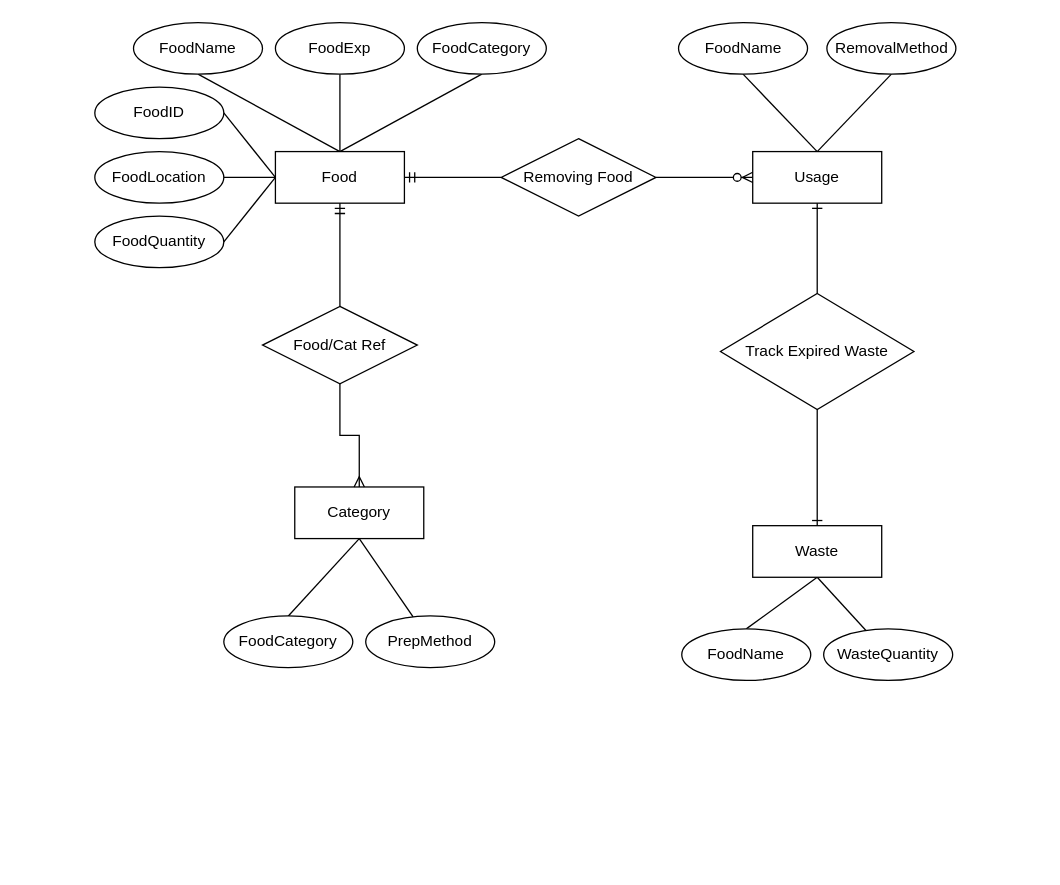
Above: Design/Food App ERD.drawio in jobilo/CSC3220_Food_Waste_Tracker (draw.io), before the change. Source tidied: cells renumbered, new cells numbered last; positions are measured from the earlier drawing's top-left corner, leaving out a move shared by most shapes. Both pictures are drawn from the tidied source at 129%, with x=0, y=0 at pixel (94, 22).
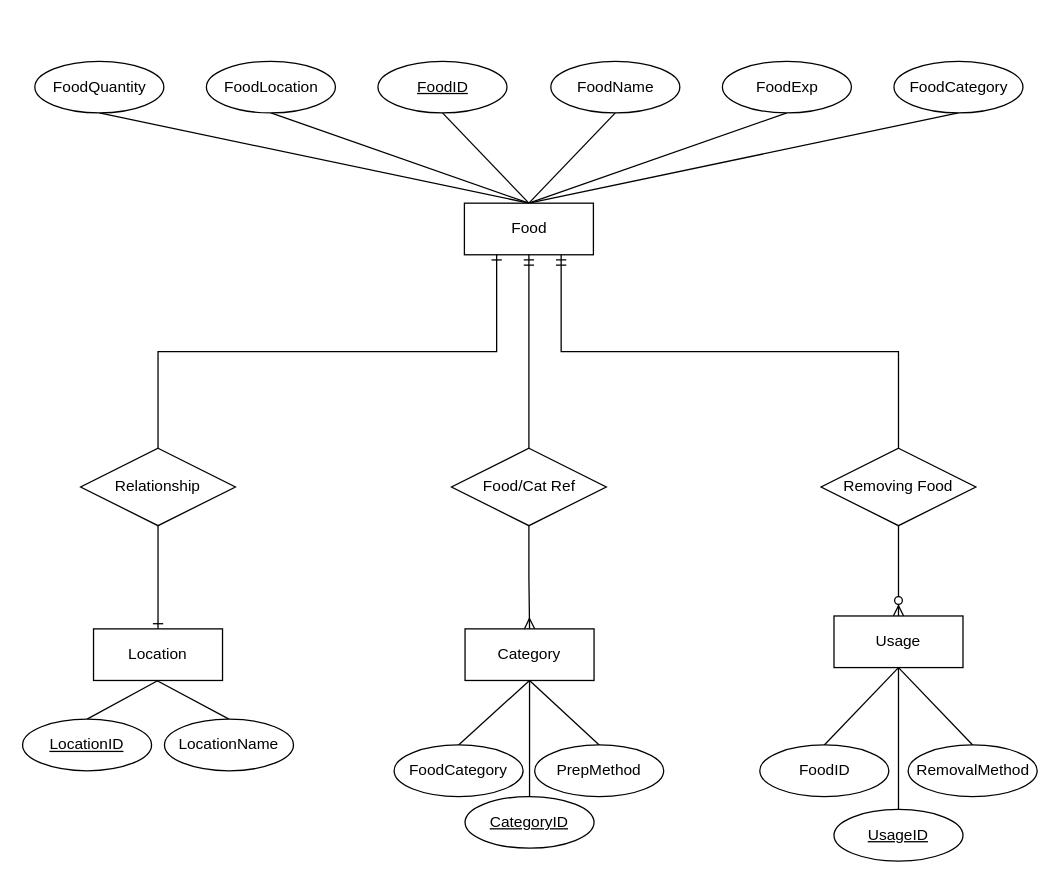
Above is the later version.

Diff of the diagram source:
```diff
@@
-    <mxCell id="5" style="rounded=0;jettySize=auto;html=1;exitX=0;exitY=0.5;exitDx=0;exitDy=0;entryX=1;entryY=0.5;entryDx=0;entryDy=0;endArrow=none;endFill=0;" parent="1" edge="1" source="7" target="20">
+    <mxCell id="5" style="rounded=0;jettySize=auto;html=1;exitX=0.5;exitY=0;exitDx=0;exitDy=0;entryX=0.5;entryY=1;entryDx=0;entryDy=0;endArrow=none;endFill=0;" parent="1" edge="1" source="7" target="20">
       <mxGeometry relative="1" as="geometry" />
     </mxCell>
-    <mxCell id="6" style="rounded=0;jettySize=auto;html=1;exitX=0;exitY=0.5;exitDx=0;exitDy=0;endArrow=none;endFill=0;entryX=1;entryY=0.5;entryDx=0;entryDy=0;" parent="1" edge="1" source="7" target="29">
+    <mxCell id="6" style="rounded=0;jettySize=auto;html=1;exitX=0.5;exitY=0;exitDx=0;exitDy=0;endArrow=none;endFill=0;entryX=0.5;entryY=1;entryDx=0;entryDy=0;" parent="1" edge="1" source="7" target="29">
       <mxGeometry relative="1" as="geometry" />
     </mxCell>
     <mxCell id="7" value="Food" style="whiteSpace=wrap;html=1;align=center;" parent="1" vertex="1">
-      <mxGeometry x="140" y="100" width="100" height="40" as="geometry" />
+      <mxGeometry x="286.5" y="140" width="100" height="40" as="geometry" />
     </mxCell>
-    <mxCell id="8" style="rounded=0;jettySize=auto;html=1;exitX=0.5;exitY=1;exitDx=0;exitDy=0;endArrow=none;endFill=0;entryX=0.5;entryY=0;entryDx=0;entryDy=0;" parent="1" edge="1" source="10" target="27">
-      <mxGeometry relative="1" as="geometry" />
-    </mxCell>
-    <mxCell id="9" style="rounded=0;jettySize=auto;html=1;exitX=0.5;exitY=1;exitDx=0;exitDy=0;endArrow=none;endFill=0;" parent="1" edge="1" source="10" target="28">
-      <mxGeometry relative="1" as="geometry" />
-    </mxCell>
-    <mxCell id="10" value="Waste" style="whiteSpace=wrap;html=1;align=center;" parent="1" vertex="1">
-      <mxGeometry x="510" y="390" width="100" height="40" as="geometry" />
-    </mxCell>
-    <mxCell id="11" style="rounded=0;jettySize=auto;html=1;exitX=0.5;exitY=0;exitDx=0;exitDy=0;endArrow=none;endFill=0;entryX=0.5;entryY=1;entryDx=0;entryDy=0;" parent="1" edge="1" source="13" target="21">
+    <mxCell id="11" style="rounded=0;jettySize=auto;html=1;exitX=0.5;exitY=1;exitDx=0;exitDy=0;endArrow=none;endFill=0;entryX=0.5;entryY=0;entryDx=0;entryDy=0;" parent="1" edge="1" source="13" target="21">
       <mxGeometry relative="1" as="geometry" />
     </mxCell>
-    <mxCell id="12" style="rounded=0;jettySize=auto;html=1;exitX=0.5;exitY=0;exitDx=0;exitDy=0;endArrow=none;endFill=0;entryX=0.5;entryY=1;entryDx=0;entryDy=0;" parent="1" edge="1" source="13" target="22">
+    <mxCell id="12" style="rounded=0;jettySize=auto;html=1;exitX=0.5;exitY=1;exitDx=0;exitDy=0;endArrow=none;endFill=0;entryX=0.5;entryY=0;entryDx=0;entryDy=0;" parent="1" edge="1" source="13" target="22">
       <mxGeometry relative="1" as="geometry" />
     </mxCell>
+    <mxCell id="39" style="rounded=0;jettySize=auto;html=1;exitX=0.5;exitY=1;exitDx=0;exitDy=0;entryX=0.5;entryY=1;entryDx=0;entryDy=0;endArrow=none;endFill=0;" parent="1" edge="1" source="13" target="44">
+      <mxGeometry relative="1" as="geometry" />
+    </mxCell>
     <mxCell id="13" value="Usage" style="whiteSpace=wrap;html=1;align=center;" parent="1" vertex="1">
-      <mxGeometry x="510" y="100" width="100" height="40" as="geometry" />
+      <mxGeometry x="573" y="460" width="100" height="40" as="geometry" />
     </mxCell>
-    <mxCell id="14" style="rounded=0;jettySize=auto;html=1;exitX=0.5;exitY=1;exitDx=0;exitDy=0;endArrow=none;endFill=0;" parent="1" edge="1" source="16" target="24">
+    <mxCell id="14" style="rounded=0;jettySize=auto;html=1;exitX=0.5;exitY=1;exitDx=0;exitDy=0;endArrow=none;endFill=0;entryX=0.5;entryY=0;entryDx=0;entryDy=0;" parent="1" edge="1" source="16" target="24">
       <mxGeometry relative="1" as="geometry" />
     </mxCell>
@@
     <mxCell id="16" value="Category" style="whiteSpace=wrap;html=1;align=center;" parent="1" vertex="1">
-      <mxGeometry x="155" y="360" width="100" height="40" as="geometry" />
+      <mxGeometry x="287" y="470" width="100" height="40" as="geometry" />
     </mxCell>
     <mxCell id="17" value="FoodExp" style="ellipse;whiteSpace=wrap;html=1;align=center;" parent="1" vertex="1">
-      <mxGeometry x="140" width="100" height="40" as="geometry" />
+      <mxGeometry x="486.5" y="30" width="100" height="40" as="geometry" />
     </mxCell>
     <mxCell id="18" value="FoodCategory" style="ellipse;whiteSpace=wrap;html=1;align=center;" parent="1" vertex="1">
-      <mxGeometry x="250" width="100" height="40" as="geometry" />
+      <mxGeometry x="619.5" y="30" width="100" height="40" as="geometry" />
     </mxCell>
     <mxCell id="19" value="FoodName" style="ellipse;whiteSpace=wrap;html=1;align=center;" parent="1" vertex="1">
-      <mxGeometry x="30" width="100" height="40" as="geometry" />
+      <mxGeometry x="353.5" y="30" width="100" height="40" as="geometry" />
     </mxCell>
-    <mxCell id="20" value="FoodID" style="ellipse;whiteSpace=wrap;html=1;align=center;" parent="1" vertex="1">
-      <mxGeometry y="50" width="100" height="40" as="geometry" />
-    </mxCell>
-    <mxCell id="21" value="FoodName" style="ellipse;whiteSpace=wrap;html=1;align=center;" parent="1" vertex="1">
-      <mxGeometry x="452.5" width="100" height="40" as="geometry" />
+    <mxCell id="21" value="FoodID" style="ellipse;whiteSpace=wrap;html=1;align=center;" parent="1" vertex="1">
+      <mxGeometry x="515.5" y="560" width="100" height="40" as="geometry" />
     </mxCell>
     <mxCell id="22" value="RemovalMethod" style="ellipse;whiteSpace=wrap;html=1;align=center;" parent="1" vertex="1">
-      <mxGeometry x="567.5" width="100" height="40" as="geometry" />
+      <mxGeometry x="630.5" y="560" width="100" height="40" as="geometry" />
     </mxCell>
     <mxCell id="23" value="FoodCategory" style="ellipse;whiteSpace=wrap;html=1;align=center;" parent="1" vertex="1">
-      <mxGeometry x="100" y="460" width="100" height="40" as="geometry" />
+      <mxGeometry x="232" y="560" width="100" height="40" as="geometry" />
     </mxCell>
     <mxCell id="24" value="PrepMethod" style="ellipse;whiteSpace=wrap;html=1;align=center;" parent="1" vertex="1">
-      <mxGeometry x="210" y="460" width="100" height="40" as="geometry" />
+      <mxGeometry x="341" y="560" width="100" height="40" as="geometry" />
     </mxCell>
-    <mxCell id="25" style="rounded=0;jettySize=auto;html=1;exitX=1;exitY=0.5;exitDx=0;exitDy=0;endArrow=none;endFill=0;entryX=0;entryY=0.5;entryDx=0;entryDy=0;" parent="1" edge="1" source="26" target="7">
+    <mxCell id="25" style="rounded=0;jettySize=auto;html=1;endArrow=none;endFill=0;entryX=0.5;entryY=0;entryDx=0;entryDy=0;exitX=0.5;exitY=1;exitDx=0;exitDy=0;" parent="1" edge="1" source="26" target="7">
       <mxGeometry relative="1" as="geometry" />
     </mxCell>
     <mxCell id="26" value="FoodLocation" style="ellipse;whiteSpace=wrap;html=1;align=center;" parent="1" vertex="1">
-      <mxGeometry y="100" width="100" height="40" as="geometry" />
+      <mxGeometry x="86.5" y="30" width="100" height="40" as="geometry" />
     </mxCell>
-    <mxCell id="27" value="FoodName" style="ellipse;whiteSpace=wrap;html=1;align=center;" parent="1" vertex="1">
-      <mxGeometry x="455" y="470" width="100" height="40" as="geometry" />
-    </mxCell>
-    <mxCell id="28" value="WasteQuantity" style="ellipse;whiteSpace=wrap;html=1;align=center;" parent="1" vertex="1">
-      <mxGeometry x="565" y="470" width="100" height="40" as="geometry" />
-    </mxCell>
     <mxCell id="29" value="FoodQuantity" style="ellipse;whiteSpace=wrap;html=1;align=center;" parent="1" vertex="1">
-      <mxGeometry y="150" width="100" height="40" as="geometry" />
+      <mxGeometry x="-46.5" y="30" width="100" height="40" as="geometry" />
     </mxCell>
     <mxCell id="30" value="Removing Food" style="shape=rhombus;perimeter=rhombusPerimeter;whiteSpace=wrap;html=1;align=center;" parent="1" vertex="1">
-      <mxGeometry x="315" y="90" width="120" height="60" as="geometry" />
+      <mxGeometry x="563" y="330" width="120" height="60" as="geometry" />
     </mxCell>
-    <mxCell id="31" style="edgeStyle=entityRelationEdgeStyle;fontSize=12;html=1;endArrow=ERzeroToMany;endFill=1;rounded=0;entryX=0;entryY=0.5;entryDx=0;entryDy=0;exitX=1;exitY=0.5;exitDx=0;exitDy=0;" parent="1" edge="1" source="30" target="13">
+    <mxCell id="31" style="fontSize=12;html=1;endArrow=ERzeroToMany;endFill=1;rounded=0;entryX=0.5;entryY=0;entryDx=0;entryDy=0;exitX=0.5;exitY=1;exitDx=0;exitDy=0;edgeStyle=orthogonalEdgeStyle;" parent="1" edge="1" source="30" target="13">
       <mxGeometry relative="1" as="geometry" />
     </mxCell>
-    <mxCell id="32" style="edgeStyle=entityRelationEdgeStyle;fontSize=12;html=1;endArrow=ERmandOne;rounded=0;entryX=1;entryY=0.5;entryDx=0;entryDy=0;exitX=0;exitY=0.5;exitDx=0;exitDy=0;" parent="1" edge="1" source="30" target="7">
+    <mxCell id="32" style="edgeStyle=orthogonalEdgeStyle;fontSize=12;html=1;endArrow=ERmandOne;rounded=0;entryX=0.75;entryY=1;entryDx=0;entryDy=0;exitX=0.5;exitY=0;exitDx=0;exitDy=0;" parent="1" edge="1" source="30" target="7">
       <mxGeometry relative="1" as="geometry" />
     </mxCell>
     <mxCell id="33" value="Food/Cat Ref" style="shape=rhombus;perimeter=rhombusPerimeter;whiteSpace=wrap;html=1;align=center;" parent="1" vertex="1">
-      <mxGeometry x="130" y="220" width="120" height="60" as="geometry" />
+      <mxGeometry x="276.5" y="330" width="120" height="60" as="geometry" />
     </mxCell>
@@
-    <mxCell id="35" style="edgeStyle=orthogonalEdgeStyle;fontSize=12;html=1;endArrow=ERmandOne;rounded=0;entryX=0.5;entryY=1;entryDx=0;entryDy=0;" parent="1" edge="1" source="33" target="7">
+    <mxCell id="35" style="fontSize=12;html=1;endArrow=ERmandOne;rounded=0;entryX=0.5;entryY=1;entryDx=0;entryDy=0;edgeStyle=orthogonalEdgeStyle;" parent="1" edge="1" source="33" target="7">
       <mxGeometry relative="1" as="geometry" />
     </mxCell>
-    <mxCell id="36" value="Track Expired Waste" style="shape=rhombus;perimeter=rhombusPerimeter;whiteSpace=wrap;html=1;align=center;" parent="1" vertex="1">
-      <mxGeometry x="485" y="210" width="150" height="90" as="geometry" />
-    </mxCell>
-    <mxCell id="37" style="edgeStyle=orthogonalEdgeStyle;fontSize=12;html=1;endArrow=ERone;endFill=1;rounded=0;entryX=0.5;entryY=0;entryDx=0;entryDy=0;exitX=0.5;exitY=1;exitDx=0;exitDy=0;" parent="1" edge="1" source="36" target="10">
-      <mxGeometry relative="1" as="geometry" />
-    </mxCell>
-    <mxCell id="38" style="edgeStyle=orthogonalEdgeStyle;fontSize=12;html=1;endArrow=ERone;endFill=1;rounded=0;entryX=0.5;entryY=1;entryDx=0;entryDy=0;exitX=0.5;exitY=0;exitDx=0;exitDy=0;" parent="1" edge="1" source="36" target="13">
-      <mxGeometry relative="1" as="geometry" />
-    </mxCell>
+    <mxCell id="40" style="rounded=0;jettySize=auto;html=1;exitX=0.5;exitY=1;exitDx=0;exitDy=0;entryX=0.5;entryY=0;entryDx=0;entryDy=0;endArrow=none;endFill=0;" parent="1" edge="1" source="41" target="45">
+      <mxGeometry relative="1" as="geometry" />
+    </mxCell>
+    <mxCell id="41" value="Location" style="whiteSpace=wrap;html=1;align=center;" parent="1" vertex="1">
+      <mxGeometry x="-1" y="470" width="100" height="40" as="geometry" />
+    </mxCell>
+    <mxCell id="42" style="rounded=0;jettySize=auto;html=1;exitX=0.5;exitY=0;exitDx=0;exitDy=0;endArrow=none;endFill=0;" parent="1" edge="1" source="43" target="16">
+      <mxGeometry relative="1" as="geometry" />
+    </mxCell>
+    <mxCell id="43" value="CategoryID" style="ellipse;whiteSpace=wrap;html=1;align=center;fontStyle=4;" parent="1" vertex="1">
+      <mxGeometry x="287" y="600" width="100" height="40" as="geometry" />
+    </mxCell>
+    <mxCell id="44" value="UsageID" style="ellipse;whiteSpace=wrap;html=1;align=center;fontStyle=4;" parent="1" vertex="1">
+      <mxGeometry x="573" y="610" width="100" height="40" as="geometry" />
+    </mxCell>
+    <mxCell id="45" value="LocationID" style="ellipse;whiteSpace=wrap;html=1;align=center;fontStyle=4;" parent="1" vertex="1">
+      <mxGeometry x="-56" y="540" width="100" height="40" as="geometry" />
+    </mxCell>
+    <mxCell id="46" style="rounded=0;jettySize=auto;html=1;exitX=0.5;exitY=0;exitDx=0;exitDy=0;endArrow=none;endFill=0;" parent="1" edge="1" source="47">
+      <mxGeometry relative="1" as="geometry">
+        <mxPoint x="48" y="510" as="targetPoint" />
+      </mxGeometry>
+    </mxCell>
+    <mxCell id="47" value="LocationName" style="ellipse;whiteSpace=wrap;html=1;align=center;" parent="1" vertex="1">
+      <mxGeometry x="54" y="540" width="100" height="40" as="geometry" />
+    </mxCell>
+    <mxCell id="48" style="fontSize=12;html=1;endArrow=ERone;endFill=1;rounded=0;edgeStyle=orthogonalEdgeStyle;entryX=0.5;entryY=0;entryDx=0;entryDy=0;exitX=0.5;exitY=1;exitDx=0;exitDy=0;" parent="1" edge="1" source="49" target="41">
+      <mxGeometry relative="1" as="geometry" />
+    </mxCell>
+    <mxCell id="49" value="Relationship" style="shape=rhombus;perimeter=rhombusPerimeter;whiteSpace=wrap;html=1;align=center;" parent="1" vertex="1">
+      <mxGeometry x="-11" y="330" width="120" height="60" as="geometry" />
+    </mxCell>
+    <mxCell id="50" style="fontSize=12;html=1;endArrow=ERone;endFill=1;rounded=0;entryX=0.25;entryY=1;entryDx=0;entryDy=0;exitX=0.5;exitY=0;exitDx=0;exitDy=0;edgeStyle=orthogonalEdgeStyle;" parent="1" edge="1" source="49" target="7">
+      <mxGeometry relative="1" as="geometry" />
+    </mxCell>
+    <mxCell id="20" value="FoodID" style="ellipse;whiteSpace=wrap;html=1;align=center;fontStyle=4;" parent="1" vertex="1">
+      <mxGeometry x="219.5" y="30" width="100" height="40" as="geometry" />
+    </mxCell>
```
